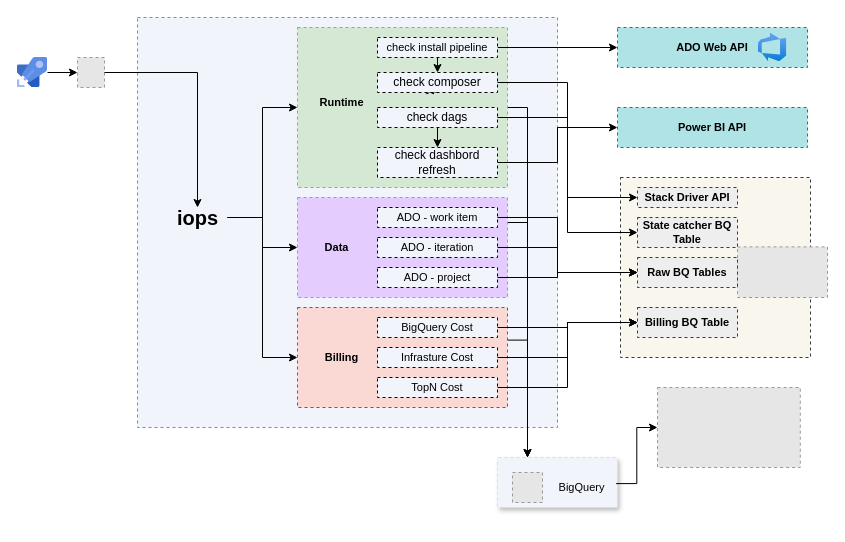
The draw.io diagram GCP/Untitled Diagram.drawio in yiben-zhengjing/CloudStudy, before the edit. Source tidied: cells renumbered, new cells numbered last; positions are measured from the earlier drawing's top-left corner, leaving out a move shared by most shapes. Both pictures are drawn from the tidied source at 100%, with x=0, y=0 at pixel (17, 17). Pictures stored in the file or linked from it are replaced by grey dashed boxes.
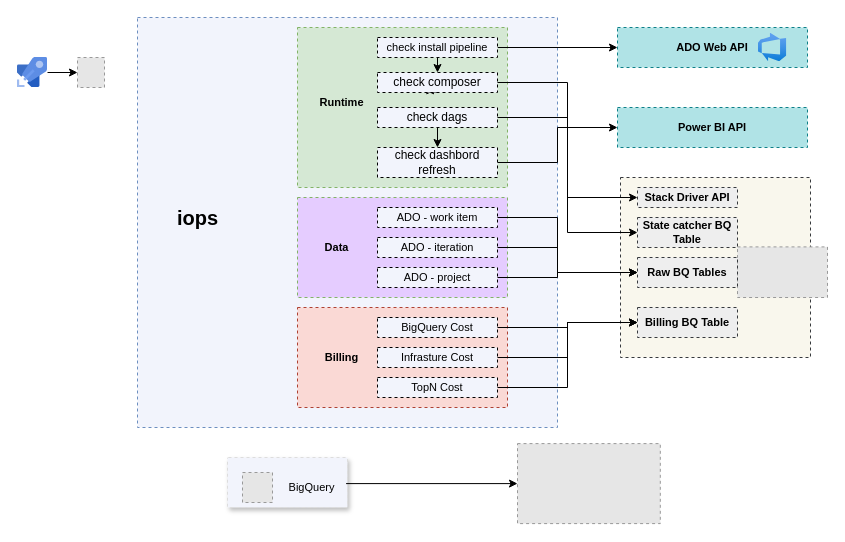
After the change.

The change refers to these unchanged cells:
```xml
<mxCell id="4" style="fillColor=#E6E6E6;strokeColor=#999999;dashed=1;verticalLabelPosition=bottom;labelBackgroundColor=#ffffff;verticalAlign=top;" parent="1" vertex="1">
  <mxGeometry x="60" y="40" width="27" height="30" as="geometry" />
</mxCell>
<mxCell id="8" style="whiteSpace=wrap;html=1;rounded=0;dashed=1;fontSize=11;fillColor=#d5e8d4;strokeColor=#82b366;" parent="1" vertex="1">
  <mxGeometry x="280" y="10" width="210" height="160" as="geometry" />
</mxCell>
<mxCell id="22" style="whiteSpace=wrap;html=1;rounded=0;dashed=1;fontSize=11;fillColor=#E5CCFF;strokeColor=#82b366;" parent="1" vertex="1">
  <mxGeometry x="280" y="180" width="210" height="100" as="geometry" />
</mxCell>
<mxCell id="29" style="whiteSpace=wrap;html=1;rounded=0;dashed=1;fontSize=11;fillColor=#fad9d5;strokeColor=#ae4132;" parent="1" vertex="1">
  <mxGeometry x="280" y="290" width="210" height="100" as="geometry" />
</mxCell>
<mxCell id="37" value="&lt;font style=&quot;font-size: 20px;&quot;&gt;&lt;b&gt;iops&lt;/b&gt;&lt;/font&gt;" style="text;html=1;align=center;verticalAlign=middle;points=[];fillColor=none;strokeColor=none;rounded=0;dashed=1;fontSize=11;" parent="1" vertex="1">
  <mxGeometry x="150" y="190" width="60" height="20" as="geometry" />
</mxCell>
```

Diff of the diagram source:
```diff
@@
-    <mxCell id="6" style="edgeStyle=orthogonalEdgeStyle;rounded=0;jettySize=auto;html=1;fontSize=20;strokeColor=#000000;strokeWidth=1;" parent="1" edge="1" source="4" target="37">
-      <mxGeometry relative="1" as="geometry" />
-    </mxCell>
-    <mxCell id="7" style="edgeStyle=orthogonalEdgeStyle;rounded=0;jettySize=auto;html=1;exitX=1;exitY=0.5;exitDx=0;exitDy=0;entryX=0.25;entryY=0;entryDx=0;entryDy=0;fontSize=11;strokeColor=#000000;strokeWidth=1;" parent="1" edge="1" source="8" target="18">
-      <mxGeometry relative="1" as="geometry" />
-    </mxCell>
@@
     <mxCell id="18" style="strokeColor=#dddddd;shadow=1;strokeWidth=1;rounded=1;absoluteArcSize=1;arcSize=2;dashed=1;fontSize=11;fillColor=#F2F4FC;" parent="1" vertex="1">
-      <mxGeometry x="480" y="440" width="120" height="50" as="geometry" />
+      <mxGeometry x="210" y="440" width="120" height="50" as="geometry" />
     </mxCell>
@@
-    <mxCell id="21" style="edgeStyle=orthogonalEdgeStyle;rounded=0;jettySize=auto;html=1;entryX=0.25;entryY=0;entryDx=0;entryDy=0;fontSize=11;strokeColor=#000000;strokeWidth=1;exitX=1;exitY=0.25;exitDx=0;exitDy=0;" parent="1" edge="1" source="22" target="18">
-      <mxGeometry relative="1" as="geometry" />
-    </mxCell>
@@
-    <mxCell id="28" style="edgeStyle=orthogonalEdgeStyle;rounded=0;jettySize=auto;html=1;entryX=0.25;entryY=0;entryDx=0;entryDy=0;fontSize=11;strokeColor=#000000;strokeWidth=1;exitX=1;exitY=0.326;exitDx=0;exitDy=0;exitPerimeter=0;" parent="1" edge="1" source="29" target="18">
-      <mxGeometry relative="1" as="geometry" />
-    </mxCell>
@@
-    <mxCell id="34" style="edgeStyle=orthogonalEdgeStyle;rounded=0;jettySize=auto;html=1;entryX=0;entryY=0.5;entryDx=0;entryDy=0;fontSize=20;strokeColor=#000000;strokeWidth=1;" parent="1" edge="1" source="37" target="8">
-      <mxGeometry relative="1" as="geometry" />
-    </mxCell>
-    <mxCell id="35" style="edgeStyle=orthogonalEdgeStyle;rounded=0;jettySize=auto;html=1;entryX=0;entryY=0.5;entryDx=0;entryDy=0;fontSize=20;strokeColor=#000000;strokeWidth=1;" parent="1" edge="1" source="37" target="22">
-      <mxGeometry relative="1" as="geometry" />
-    </mxCell>
-    <mxCell id="36" style="edgeStyle=orthogonalEdgeStyle;rounded=0;jettySize=auto;html=1;entryX=0;entryY=0.5;entryDx=0;entryDy=0;fontSize=20;strokeColor=#000000;strokeWidth=1;" parent="1" edge="1" source="37" target="29">
-      <mxGeometry relative="1" as="geometry" />
-    </mxCell>
@@
     <mxCell id="38" style="fillColor=#E6E6E6;strokeColor=#999999;dashed=1;verticalLabelPosition=bottom;labelBackgroundColor=default;verticalAlign=top;" parent="1" vertex="1">
-      <mxGeometry x="640" y="370" width="142.8" height="80" as="geometry" />
+      <mxGeometry x="500" y="426.1" width="142.8" height="80" as="geometry" />
     </mxCell>
```
